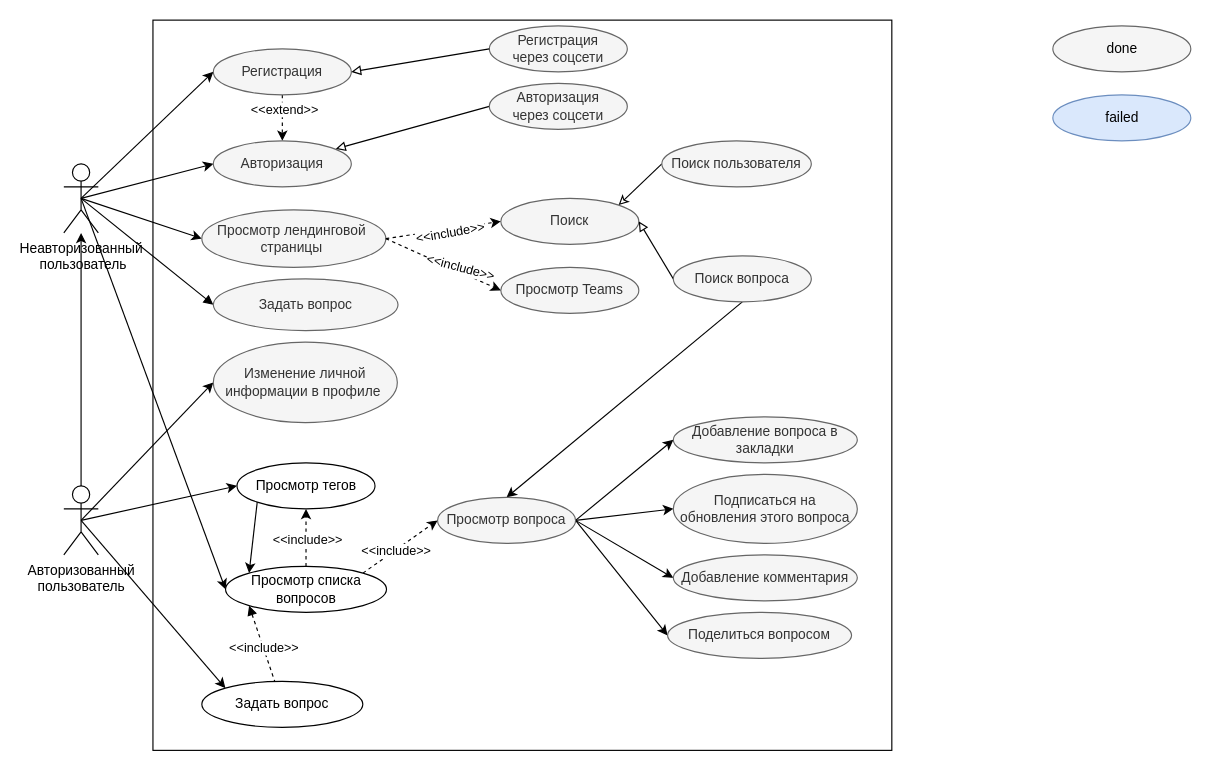
The draw.io diagram page "stackoverflow" (1 of 2) of Untitled Diagram.drawio in mmmlpmsw/software_testing_lab3, before the edit. Source tidied: cells renumbered, new cells numbered last; positions are measured from the earlier drawing's top-left corner, leaving out a move shared by most shapes. Both pictures are drawn from the tidied source at 115%, with x=0, y=0 at pixel (63, 20).
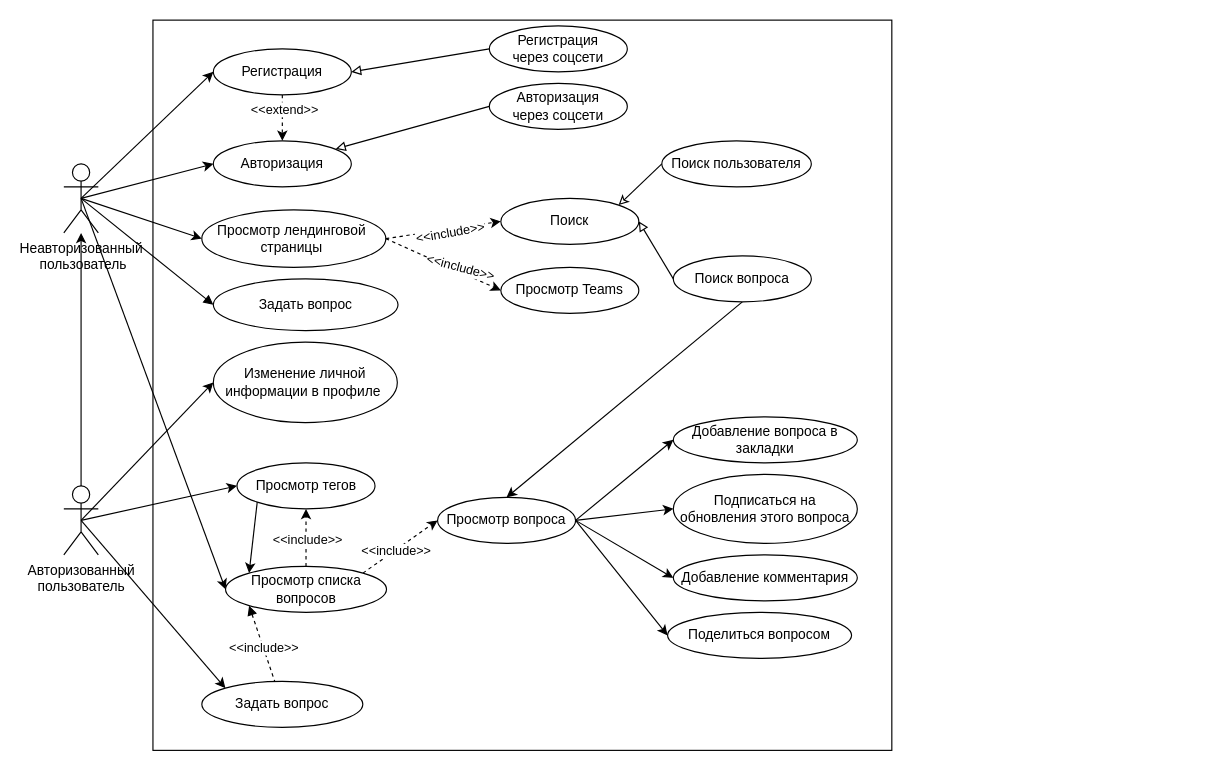
Above is the later version.

What changed in the source:
```diff
@@
-    <mxCell id="16" value="Регистрация" style="ellipse;whiteSpace=wrap;html=1;fillColor=#f5f5f5;strokeColor=#666666;fontColor=#333333;" parent="1" vertex="1">
+    <mxCell id="16" value="Регистрация" style="ellipse;whiteSpace=wrap;html=1;" parent="1" vertex="1">
       <mxGeometry x="130" y="25" width="120" height="40" as="geometry" />
     </mxCell>
-    <mxCell id="17" value="Регистрация&lt;br&gt;через соцсети" style="ellipse;whiteSpace=wrap;html=1;fillColor=#f5f5f5;strokeColor=#666666;fontColor=#333333;" parent="1" vertex="1">
+    <mxCell id="17" value="Регистрация&lt;br&gt;через соцсети" style="ellipse;whiteSpace=wrap;html=1;" parent="1" vertex="1">
       <mxGeometry x="370" y="5" width="120" height="40" as="geometry" />
     </mxCell>
@@
-    <mxCell id="19" value="Авторизация" style="ellipse;whiteSpace=wrap;html=1;fillColor=#f5f5f5;strokeColor=#666666;fontColor=#333333;" parent="1" vertex="1">
+    <mxCell id="19" value="Авторизация" style="ellipse;whiteSpace=wrap;html=1;" parent="1" vertex="1">
       <mxGeometry x="130" y="105" width="120" height="40" as="geometry" />
     </mxCell>
-    <mxCell id="20" value="Изменение личной информации в профиле&amp;nbsp;" style="ellipse;whiteSpace=wrap;html=1;fillColor=#f5f5f5;strokeColor=#666666;fontColor=#333333;" parent="1" vertex="1">
+    <mxCell id="20" value="Изменение личной информации в профиле&amp;nbsp;" style="ellipse;whiteSpace=wrap;html=1;" parent="1" vertex="1">
       <mxGeometry x="130" y="280" width="160" height="70" as="geometry" />
     </mxCell>
-    <mxCell id="21" value="Просмотр лендинговой&amp;nbsp; страницы&amp;nbsp;" style="ellipse;whiteSpace=wrap;html=1;fillColor=#f5f5f5;strokeColor=#666666;fontColor=#333333;" parent="1" vertex="1">
+    <mxCell id="21" value="Просмотр лендинговой&amp;nbsp; страницы&amp;nbsp;" style="ellipse;whiteSpace=wrap;html=1;" parent="1" vertex="1">
       <mxGeometry x="120" y="165" width="160" height="50" as="geometry" />
     </mxCell>
-    <mxCell id="22" value="Поиск" style="ellipse;whiteSpace=wrap;html=1;fillColor=#f5f5f5;strokeColor=#666666;fontColor=#333333;" parent="1" vertex="1">
+    <mxCell id="22" value="Поиск" style="ellipse;whiteSpace=wrap;html=1;" parent="1" vertex="1">
       <mxGeometry x="380" y="155" width="120" height="40" as="geometry" />
     </mxCell>
-    <mxCell id="23" value="Просмотр Teams" style="ellipse;whiteSpace=wrap;html=1;fillColor=#f5f5f5;strokeColor=#666666;fontColor=#333333;" parent="1" vertex="1">
+    <mxCell id="23" value="Просмотр Teams" style="ellipse;whiteSpace=wrap;html=1;" parent="1" vertex="1">
       <mxGeometry x="380" y="215" width="120" height="40" as="geometry" />
     </mxCell>
@@
-    <mxCell id="30" value="Поиск вопроса" style="ellipse;whiteSpace=wrap;html=1;fillColor=#f5f5f5;strokeColor=#666666;fontColor=#333333;" parent="1" vertex="1">
+    <mxCell id="30" value="Поиск вопроса" style="ellipse;whiteSpace=wrap;html=1;" parent="1" vertex="1">
       <mxGeometry x="530" y="205" width="120" height="40" as="geometry" />
     </mxCell>
@@
-    <mxCell id="44" value="Просмотр вопроса" style="ellipse;whiteSpace=wrap;html=1;fillColor=#f5f5f5;strokeColor=#666666;fontColor=#333333;" parent="1" vertex="1">
+    <mxCell id="44" value="Просмотр вопроса" style="ellipse;whiteSpace=wrap;html=1;" parent="1" vertex="1">
       <mxGeometry x="325" y="415" width="120" height="40" as="geometry" />
     </mxCell>
-    <mxCell id="45" value="Добавление вопроса в закладки" style="ellipse;whiteSpace=wrap;html=1;fillColor=#f5f5f5;strokeColor=#666666;fontColor=#333333;" parent="1" vertex="1">
+    <mxCell id="45" value="Добавление вопроса в закладки" style="ellipse;whiteSpace=wrap;html=1;" parent="1" vertex="1">
       <mxGeometry x="530" y="345" width="160" height="40" as="geometry" />
     </mxCell>
-    <mxCell id="46" value="Подписаться на обновления этого вопроса" style="ellipse;whiteSpace=wrap;html=1;fillColor=#f5f5f5;strokeColor=#666666;fontColor=#333333;" parent="1" vertex="1">
+    <mxCell id="46" value="Подписаться на обновления этого вопроса" style="ellipse;whiteSpace=wrap;html=1;" parent="1" vertex="1">
       <mxGeometry x="530" y="395" width="160" height="60" as="geometry" />
     </mxCell>
-    <mxCell id="47" value="Добавление комментария" style="ellipse;whiteSpace=wrap;html=1;strokeColor=#666666;fillColor=#f5f5f5;fontColor=#333333;" parent="1" vertex="1">
+    <mxCell id="47" value="Добавление комментария" style="ellipse;whiteSpace=wrap;html=1;" parent="1" vertex="1">
       <mxGeometry x="530" y="465" width="160" height="40" as="geometry" />
     </mxCell>
-    <mxCell id="48" value="Задать вопрос" style="ellipse;whiteSpace=wrap;html=1;fillColor=#f5f5f5;strokeColor=#666666;fontColor=#333333;" parent="1" vertex="1">
+    <mxCell id="48" value="Задать вопрос" style="ellipse;whiteSpace=wrap;html=1;" parent="1" vertex="1">
       <mxGeometry x="130" y="225" width="160.6" height="45" as="geometry" />
     </mxCell>
@@
-    <mxCell id="51" value="Авторизация&lt;br&gt;через соцсети" style="ellipse;whiteSpace=wrap;html=1;fillColor=#f5f5f5;strokeColor=#666666;fontColor=#333333;" parent="1" vertex="1">
+    <mxCell id="51" value="Авторизация&lt;br&gt;через соцсети" style="ellipse;whiteSpace=wrap;html=1;" parent="1" vertex="1">
       <mxGeometry x="370" y="55" width="120" height="40" as="geometry" />
     </mxCell>
@@
-    <mxCell id="53" value="Поиск пользователя" style="ellipse;whiteSpace=wrap;html=1;fillColor=#f5f5f5;strokeColor=#666666;fontColor=#333333;" parent="1" vertex="1">
+    <mxCell id="53" value="Поиск пользователя" style="ellipse;whiteSpace=wrap;html=1;" parent="1" vertex="1">
       <mxGeometry x="520" y="105" width="130" height="40" as="geometry" />
     </mxCell>
-    <mxCell id="54" style="ellipse;whiteSpace=wrap;html=1;fillColor=#f5f5f5;strokeColor=#666666;fontColor=#333333;" parent="1" vertex="1">
-      <mxGeometry x="860" y="5" width="120" height="40" as="geometry" />
-    </mxCell>
-    <mxCell id="55" style="ellipse;whiteSpace=wrap;html=1;fillColor=#dae8fc;strokeColor=#6c8ebf;" parent="1" vertex="1">
-      <mxGeometry x="860" y="65" width="120" height="40" as="geometry" />
-    </mxCell>
-    <mxCell id="56" value="done" style="text;html=1;align=center;verticalAlign=middle;" parent="1" vertex="1">
-      <mxGeometry x="900" y="15" width="40" height="20" as="geometry" />
-    </mxCell>
-    <mxCell id="57" value="failed" style="text;html=1;align=center;verticalAlign=middle;" parent="1" vertex="1">
-      <mxGeometry x="900" y="75" width="40" height="20" as="geometry" />
-    </mxCell>
-    <mxCell id="58" value="Поделиться вопросом" style="ellipse;whiteSpace=wrap;html=1;fillColor=#f5f5f5;strokeColor=#666666;fontColor=#333333;" parent="1" vertex="1">
+    <mxCell id="58" value="Поделиться вопросом" style="ellipse;whiteSpace=wrap;html=1;" parent="1" vertex="1">
       <mxGeometry x="525" y="515" width="160" height="40" as="geometry" />
     </mxCell>
```
